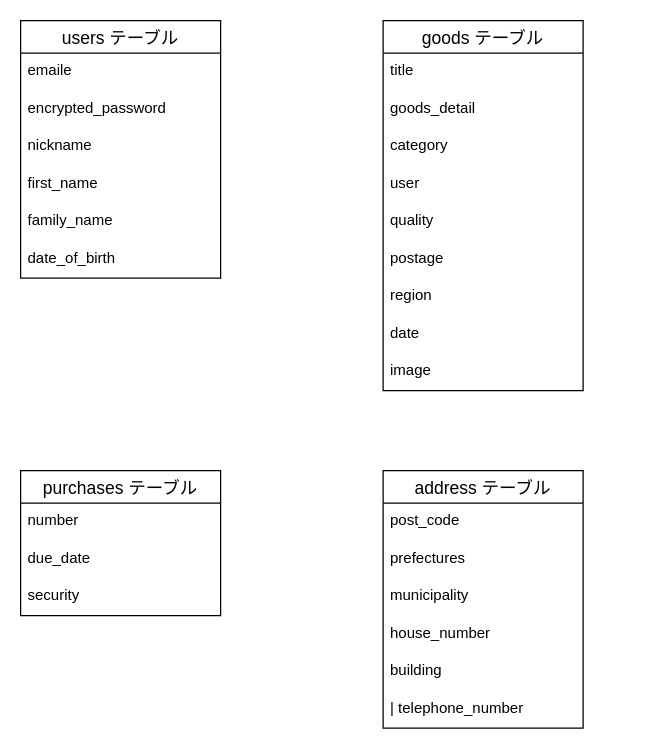
This is ERZU.dio from Ch-Poppo/furima-38784, a draw.io file, before an edit. Source tidied: cells renumbered, new cells numbered last; positions are measured from the earlier drawing's top-left corner, leaving out a move shared by most shapes. Both pictures are drawn from the tidied source at 125%, with x=0, y=0 at pixel (20, 20).
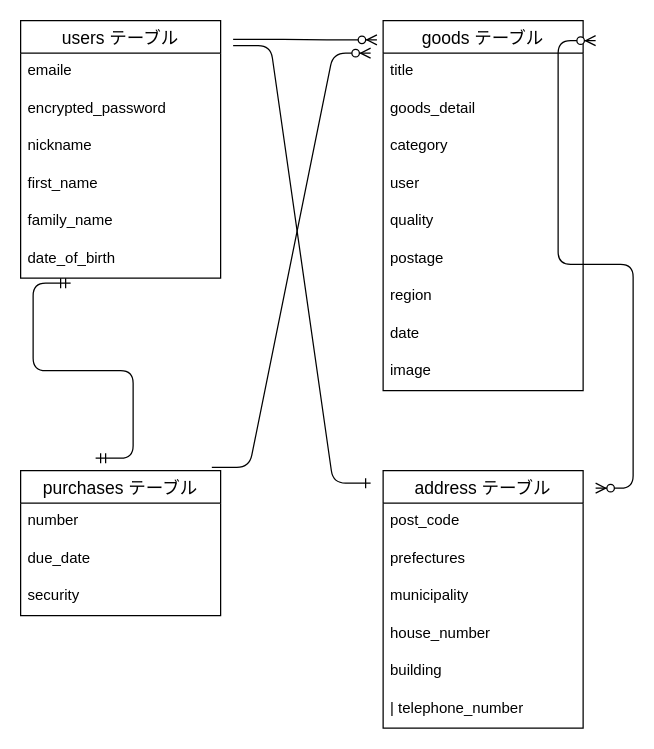
The same page after the edit.

Commit message:
テーブル設計version３

The change refers to these unchanged cells:
```xml
<mxCell id="2" value="goods テーブル" style="swimlane;fontStyle=0;horizontal=1;startSize=26;align=center;fontSize=14;" parent="1" vertex="1">
  <mxGeometry x="290" width="160" height="296" as="geometry" />
</mxCell>
<mxCell id="26" value="purchases テーブル" style="swimlane;fontStyle=0;horizontal=1;startSize=26;align=center;fontSize=14;" parent="1" vertex="1">
  <mxGeometry y="360" width="160" height="116" as="geometry" />
</mxCell>
```

Diff of the diagram source:
```diff
@@
+    <mxCell id="30" style="edgeStyle=entityRelationEdgeStyle;fontSize=12;html=1;endArrow=ERzeroToMany;endFill=1;startArrow=ERzeroToMany;" parent="2" edge="1">
+      <mxGeometry relative="1" as="geometry">
+        <mxPoint x="170" y="374" as="sourcePoint" />
+        <mxPoint x="170" y="16" as="targetPoint" />
+      </mxGeometry>
+    </mxCell>
@@
+    <mxCell id="31" style="edgeStyle=entityRelationEdgeStyle;fontSize=12;html=1;endArrow=ERzeroToMany;endFill=1;entryX=-0.031;entryY=0.052;entryDx=0;entryDy=0;entryPerimeter=0;" parent="1" edge="1" target="2">
+      <mxGeometry relative="1" as="geometry">
+        <mxPoint x="170" y="15" as="sourcePoint" />
+      </mxGeometry>
+    </mxCell>
+    <mxCell id="32" style="edgeStyle=entityRelationEdgeStyle;fontSize=12;html=1;endArrow=ERone;endFill=1;" parent="1" edge="1">
+      <mxGeometry relative="1" as="geometry">
+        <mxPoint x="170" y="20" as="sourcePoint" />
+        <mxPoint x="280" y="370" as="targetPoint" />
+      </mxGeometry>
+    </mxCell>
+    <mxCell id="33" style="edgeStyle=entityRelationEdgeStyle;fontSize=12;html=1;endArrow=ERmandOne;startArrow=ERmandOne;" parent="1" edge="1">
+      <mxGeometry relative="1" as="geometry">
+        <mxPoint x="60" y="350" as="sourcePoint" />
+        <mxPoint x="40" y="210" as="targetPoint" />
+      </mxGeometry>
+    </mxCell>
+    <mxCell id="34" style="edgeStyle=entityRelationEdgeStyle;fontSize=12;html=1;endArrow=ERzeroToMany;endFill=1;exitX=0.956;exitY=-0.022;exitDx=0;exitDy=0;exitPerimeter=0;" parent="1" edge="1" source="26">
+      <mxGeometry relative="1" as="geometry">
+        <mxPoint x="280" y="26" as="targetPoint" />
+      </mxGeometry>
+    </mxCell>
```
